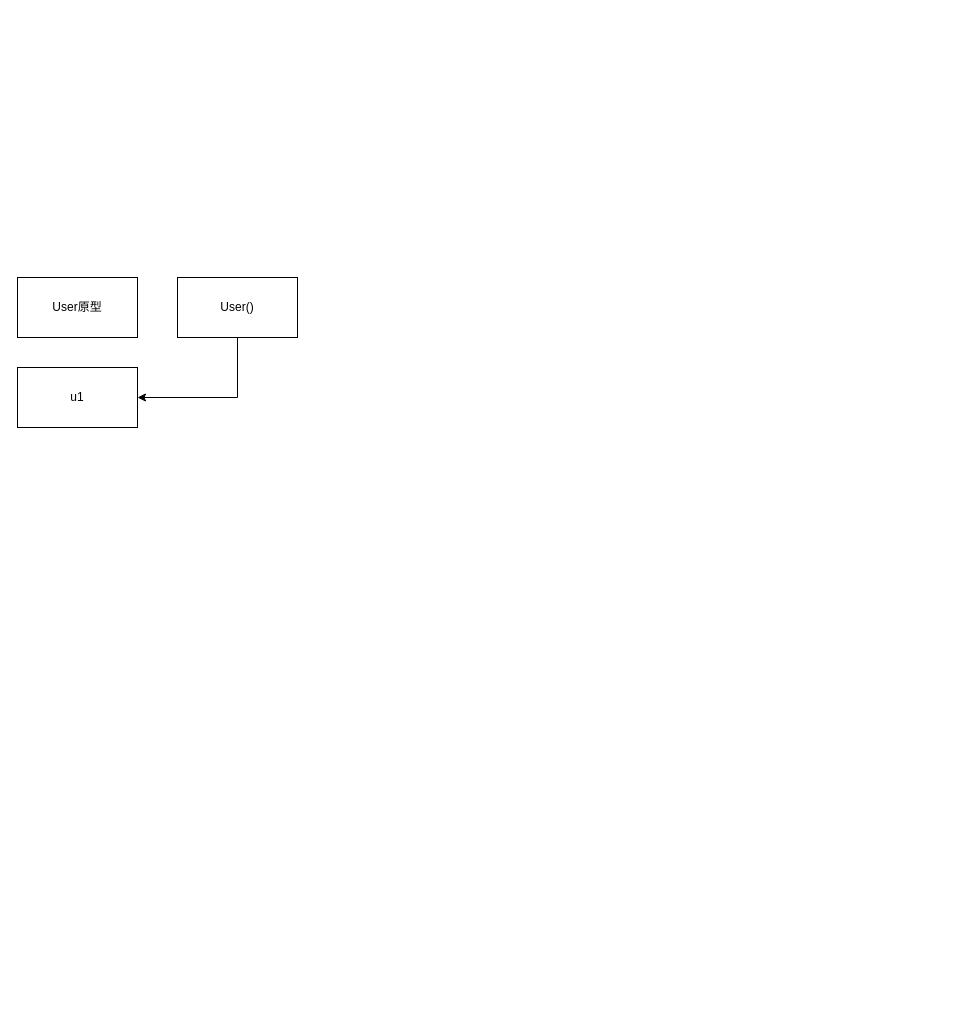
Earlier version of the draw.io diagram js/未命名绘图.drawio (feiaaa/a-python-proj-crawler). Source tidied: cells renumbered, new cells numbered last; positions are measured from the earlier drawing's top-left corner, leaving out a move shared by most shapes. Both pictures are drawn from the tidied source at 100%, with x=0, y=0 at pixel (17, 277).
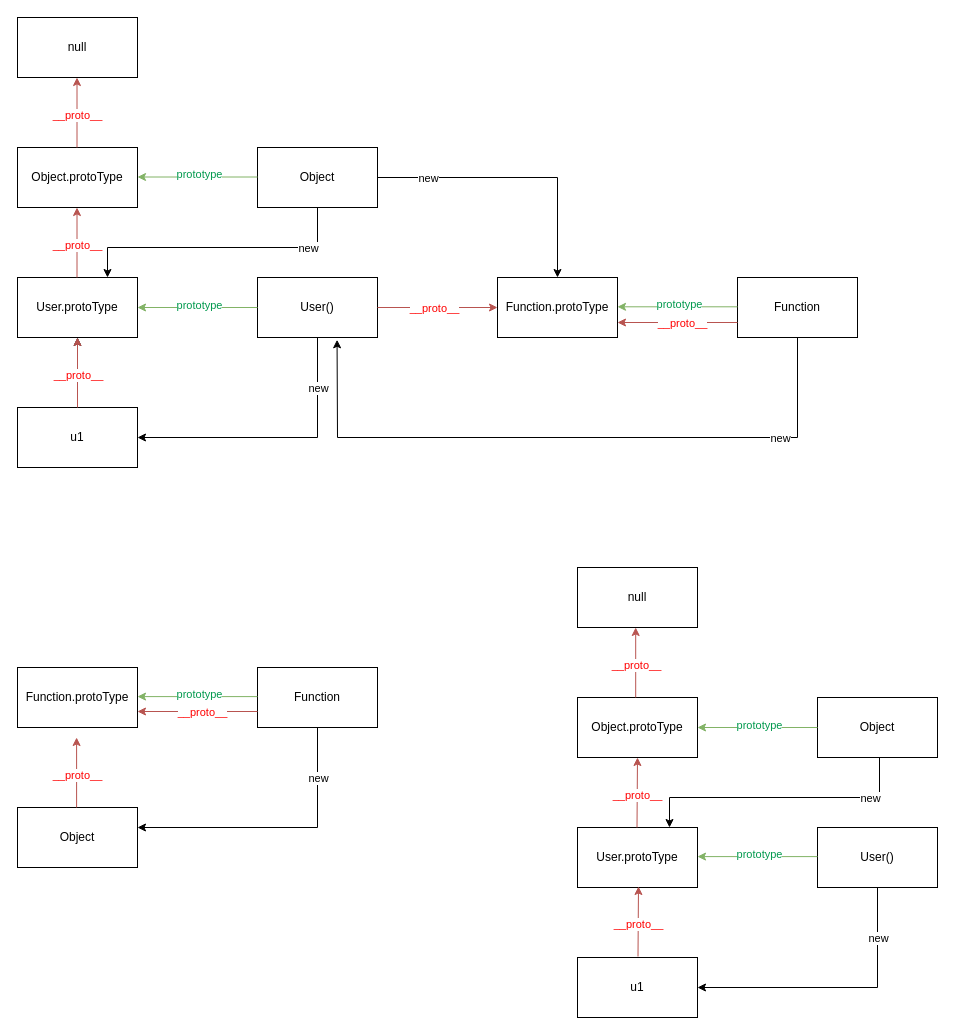
Above is the later version.

Commit message:
更新未命名绘图.drawio

Diff of the diagram source:
```diff
@@
+    <mxCell id="6" style="edgeStyle=orthogonalEdgeStyle;rounded=0;jettySize=auto;html=1;" parent="1" edge="1" source="2" target="4">
+      <mxGeometry relative="1" as="geometry" />
+    </mxCell>
     <mxCell id="2" value="u1" style="rounded=0;whiteSpace=wrap;html=1;" parent="1" vertex="1">
-      <mxGeometry y="90" width="120" height="60" as="geometry" />
+      <mxGeometry y="130" width="120" height="60" as="geometry" />
     </mxCell>
     <mxCell id="3" value="User()" style="rounded=0;whiteSpace=wrap;html=1;" parent="1" vertex="1">
-      <mxGeometry x="160" width="120" height="60" as="geometry" />
+      <mxGeometry x="240" width="120" height="60" as="geometry" />
     </mxCell>
-    <mxCell id="4" value="User原型" style="rounded=0;whiteSpace=wrap;html=1;" parent="1" vertex="1">
+    <mxCell id="4" value="User.protoType" style="rounded=0;whiteSpace=wrap;html=1;" parent="1" vertex="1">
       <mxGeometry width="120" height="60" as="geometry" />
     </mxCell>
     <mxCell id="5" style="endArrow=classic;html=1;rounded=0;exitX=0.5;exitY=1;exitDx=0;exitDy=0;entryX=1;entryY=0.5;entryDx=0;entryDy=0;" parent="1" edge="1" source="3" target="2">
       <mxGeometry relative="1" as="geometry">
         <Array as="points">
-          <mxPoint x="220" y="120" />
+          <mxPoint x="300" y="160" />
         </Array>
       </mxGeometry>
     </mxCell>
+    <mxCell id="7" value="new" style="edgeLabel;html=1;align=center;verticalAlign=middle;" parent="5" vertex="1">
+      <mxGeometry x="-0.64" relative="1" as="geometry" />
+    </mxCell>
+    <mxCell id="8" style="endArrow=classic;html=1;rounded=0;entryX=0.5;entryY=1;entryDx=0;entryDy=0;exitX=0.5;exitY=0;exitDx=0;exitDy=0;fillColor=#f8cecc;strokeColor=#b85450;" parent="1" edge="1" source="2" target="4">
+      <mxGeometry relative="1" as="geometry" />
+    </mxCell>
+    <mxCell id="9" value="__proto__" style="edgeLabel;html=1;align=center;verticalAlign=middle;fontColor=#FF0000;" parent="8" vertex="1">
+      <mxGeometry x="-0.06" relative="1" as="geometry" />
+    </mxCell>
+    <mxCell id="10" style="endArrow=classic;html=1;rounded=0;exitX=0;exitY=0.5;exitDx=0;exitDy=0;fillColor=#d5e8d4;strokeColor=#82b366;" parent="1" edge="1" source="3" target="4">
+      <mxGeometry relative="1" as="geometry" />
+    </mxCell>
+    <mxCell id="11" value="prototype" style="edgeLabel;html=1;align=center;verticalAlign=middle;fontColor=#00994D;" parent="10" vertex="1">
+      <mxGeometry x="-0.02" y="-3" relative="1" as="geometry" />
+    </mxCell>
+    <mxCell id="12" value="Object" style="rounded=0;whiteSpace=wrap;html=1;" parent="1" vertex="1">
+      <mxGeometry x="240" y="-130" width="120" height="60" as="geometry" />
+    </mxCell>
+    <mxCell id="13" value="Object.protoType" style="rounded=0;whiteSpace=wrap;html=1;" parent="1" vertex="1">
+      <mxGeometry y="-130" width="120" height="60" as="geometry" />
+    </mxCell>
+    <mxCell id="14" style="endArrow=classic;html=1;rounded=0;entryX=0.5;entryY=1;entryDx=0;entryDy=0;exitX=0.5;exitY=0;exitDx=0;exitDy=0;fillColor=#f8cecc;strokeColor=#b85450;" parent="1" edge="1">
+      <mxGeometry relative="1" as="geometry">
+        <mxPoint x="59.5" as="sourcePoint" />
+        <mxPoint x="59.5" y="-70" as="targetPoint" />
+      </mxGeometry>
+    </mxCell>
+    <mxCell id="15" value="__proto__" style="edgeLabel;html=1;align=center;verticalAlign=middle;fontColor=#FF0000;" parent="14" vertex="1">
+      <mxGeometry x="-0.06" relative="1" as="geometry" />
+    </mxCell>
+    <mxCell id="16" style="endArrow=classic;html=1;rounded=0;exitX=0;exitY=0.5;exitDx=0;exitDy=0;fillColor=#d5e8d4;strokeColor=#82b366;" parent="1" edge="1">
+      <mxGeometry relative="1" as="geometry">
+        <mxPoint x="240" y="-100.5" as="sourcePoint" />
+        <mxPoint x="120" y="-100.5" as="targetPoint" />
+      </mxGeometry>
+    </mxCell>
+    <mxCell id="17" value="prototype" style="edgeLabel;html=1;align=center;verticalAlign=middle;fontColor=#00994D;" parent="16" vertex="1">
+      <mxGeometry x="-0.02" y="-3" relative="1" as="geometry" />
+    </mxCell>
+    <mxCell id="18" style="endArrow=classic;html=1;rounded=0;entryX=0.75;entryY=0;entryDx=0;entryDy=0;" parent="1" edge="1" target="4">
+      <mxGeometry relative="1" as="geometry">
+        <mxPoint x="300" y="-70" as="sourcePoint" />
+        <Array as="points">
+          <mxPoint x="300" y="-30" />
+          <mxPoint x="90" y="-30" />
+        </Array>
+      </mxGeometry>
+    </mxCell>
+    <mxCell id="19" value="new" style="edgeLabel;html=1;align=center;verticalAlign=middle;" parent="18" vertex="1">
+      <mxGeometry x="-0.64" relative="1" as="geometry" />
+    </mxCell>
+    <mxCell id="20" value="null" style="rounded=0;whiteSpace=wrap;html=1;" parent="1" vertex="1">
+      <mxGeometry y="-260" width="120" height="60" as="geometry" />
+    </mxCell>
+    <mxCell id="21" style="endArrow=classic;html=1;rounded=0;entryX=0.5;entryY=1;entryDx=0;entryDy=0;exitX=0.5;exitY=0;exitDx=0;exitDy=0;fillColor=#f8cecc;strokeColor=#b85450;" parent="1" edge="1">
+      <mxGeometry relative="1" as="geometry">
+        <mxPoint x="59.5" y="-130" as="sourcePoint" />
+        <mxPoint x="59.5" y="-200" as="targetPoint" />
+      </mxGeometry>
+    </mxCell>
+    <mxCell id="22" value="__proto__" style="edgeLabel;html=1;align=center;verticalAlign=middle;fontColor=#FF0000;" parent="21" vertex="1">
+      <mxGeometry x="-0.06" relative="1" as="geometry" />
+    </mxCell>
+    <mxCell id="23" value="Function" style="rounded=0;whiteSpace=wrap;html=1;" parent="1" vertex="1">
+      <mxGeometry x="720" width="120" height="60" as="geometry" />
+    </mxCell>
+    <mxCell id="24" value="Function.protoType" style="rounded=0;whiteSpace=wrap;html=1;" parent="1" vertex="1">
+      <mxGeometry x="480" width="120" height="60" as="geometry" />
+    </mxCell>
+    <mxCell id="25" style="endArrow=classic;html=1;rounded=0;exitX=0;exitY=0.5;exitDx=0;exitDy=0;fillColor=#d5e8d4;strokeColor=#82b366;" parent="1" edge="1">
+      <mxGeometry relative="1" as="geometry">
+        <mxPoint x="720" y="29.3" as="sourcePoint" />
+        <mxPoint x="600" y="29.3" as="targetPoint" />
+      </mxGeometry>
+    </mxCell>
+    <mxCell id="26" value="prototype" style="edgeLabel;html=1;align=center;verticalAlign=middle;fontColor=#00994D;" parent="25" vertex="1">
+      <mxGeometry x="-0.02" y="-3" relative="1" as="geometry" />
+    </mxCell>
+    <mxCell id="27" style="endArrow=classic;html=1;rounded=0;entryX=1;entryY=0.75;entryDx=0;entryDy=0;exitX=0;exitY=0.75;exitDx=0;exitDy=0;fillColor=#f8cecc;strokeColor=#b85450;" parent="1" edge="1" source="23" target="24">
+      <mxGeometry relative="1" as="geometry" />
+    </mxCell>
+    <mxCell id="28" value="__proto__" style="edgeLabel;html=1;align=center;verticalAlign=middle;fontColor=#FF0000;" parent="27" vertex="1">
+      <mxGeometry x="-0.06" relative="1" as="geometry" />
+    </mxCell>
+    <mxCell id="29" style="endArrow=classic;html=1;rounded=0;entryX=0;entryY=0.5;entryDx=0;entryDy=0;fillColor=#f8cecc;strokeColor=#b85450;" parent="1" edge="1" source="3" target="24">
+      <mxGeometry relative="1" as="geometry" />
+    </mxCell>
+    <mxCell id="30" value="__proto__" style="edgeLabel;html=1;align=center;verticalAlign=middle;fontColor=#FF0000;" parent="29" vertex="1">
+      <mxGeometry x="-0.06" relative="1" as="geometry" />
+    </mxCell>
+    <mxCell id="31" style="endArrow=classic;html=1;rounded=0;exitX=1;exitY=0.5;exitDx=0;exitDy=0;entryX=0.5;entryY=0;entryDx=0;entryDy=0;" parent="1" edge="1" source="12" target="24">
+      <mxGeometry relative="1" as="geometry">
+        <Array as="points">
+          <mxPoint x="540" y="-100" />
+        </Array>
+      </mxGeometry>
+    </mxCell>
+    <mxCell id="32" value="new" style="edgeLabel;html=1;align=center;verticalAlign=middle;" parent="31" vertex="1">
+      <mxGeometry x="-0.64" relative="1" as="geometry" />
+    </mxCell>
+    <mxCell id="33" style="endArrow=classic;html=1;rounded=0;exitX=0.5;exitY=1;exitDx=0;exitDy=0;entryX=0.663;entryY=1.038;entryDx=0;entryDy=0;entryPerimeter=0;" parent="1" edge="1" source="23" target="3">
+      <mxGeometry relative="1" as="geometry">
+        <Array as="points">
+          <mxPoint x="780" y="160" />
+          <mxPoint x="320" y="160" />
+        </Array>
+      </mxGeometry>
+    </mxCell>
+    <mxCell id="34" value="new" style="edgeLabel;html=1;align=center;verticalAlign=middle;" parent="33" vertex="1">
+      <mxGeometry x="-0.64" relative="1" as="geometry" />
+    </mxCell>
+    <mxCell id="35" value="Object" style="rounded=0;whiteSpace=wrap;html=1;" parent="1" vertex="1">
+      <mxGeometry y="530" width="120" height="60" as="geometry" />
+    </mxCell>
+    <mxCell id="36" value="Function" style="rounded=0;whiteSpace=wrap;html=1;" parent="1" vertex="1">
+      <mxGeometry x="240" y="390" width="120" height="60" as="geometry" />
+    </mxCell>
+    <mxCell id="37" value="Function.protoType" style="rounded=0;whiteSpace=wrap;html=1;" parent="1" vertex="1">
+      <mxGeometry y="390" width="120" height="60" as="geometry" />
+    </mxCell>
+    <mxCell id="38" style="endArrow=classic;html=1;rounded=0;exitX=0.5;exitY=1;exitDx=0;exitDy=0;entryX=1;entryY=0.5;entryDx=0;entryDy=0;" parent="1" edge="1">
+      <mxGeometry relative="1" as="geometry">
+        <mxPoint x="300" y="450" as="sourcePoint" />
+        <mxPoint x="120" y="550" as="targetPoint" />
+        <Array as="points">
+          <mxPoint x="300" y="550" />
+        </Array>
+      </mxGeometry>
+    </mxCell>
+    <mxCell id="39" value="new" style="edgeLabel;html=1;align=center;verticalAlign=middle;" parent="38" vertex="1">
+      <mxGeometry x="-0.64" relative="1" as="geometry" />
+    </mxCell>
+    <mxCell id="40" style="endArrow=classic;html=1;rounded=0;entryX=0.5;entryY=1;entryDx=0;entryDy=0;exitX=0.5;exitY=0;exitDx=0;exitDy=0;fillColor=#f8cecc;strokeColor=#b85450;" parent="1" edge="1">
+      <mxGeometry relative="1" as="geometry">
+        <mxPoint x="59.1" y="530" as="sourcePoint" />
+        <mxPoint x="59.1" y="460" as="targetPoint" />
+      </mxGeometry>
+    </mxCell>
+    <mxCell id="41" value="__proto__" style="edgeLabel;html=1;align=center;verticalAlign=middle;fontColor=#FF0000;" parent="40" vertex="1">
+      <mxGeometry x="-0.06" relative="1" as="geometry" />
+    </mxCell>
+    <mxCell id="42" style="endArrow=classic;html=1;rounded=0;exitX=0;exitY=0.5;exitDx=0;exitDy=0;fillColor=#d5e8d4;strokeColor=#82b366;" parent="1" edge="1">
+      <mxGeometry relative="1" as="geometry">
+        <mxPoint x="240" y="419.1" as="sourcePoint" />
+        <mxPoint x="120" y="419.1" as="targetPoint" />
+      </mxGeometry>
+    </mxCell>
+    <mxCell id="43" value="prototype" style="edgeLabel;html=1;align=center;verticalAlign=middle;fontColor=#00994D;" parent="42" vertex="1">
+      <mxGeometry x="-0.02" y="-3" relative="1" as="geometry" />
+    </mxCell>
+    <mxCell id="44" style="endArrow=classic;html=1;rounded=0;entryX=1;entryY=0.75;entryDx=0;entryDy=0;exitX=0;exitY=0.75;exitDx=0;exitDy=0;fillColor=#f8cecc;strokeColor=#b85450;" parent="1" edge="1">
+      <mxGeometry relative="1" as="geometry">
+        <mxPoint x="240" y="434" as="sourcePoint" />
+        <mxPoint x="120" y="434" as="targetPoint" />
+      </mxGeometry>
+    </mxCell>
+    <mxCell id="45" value="__proto__" style="edgeLabel;html=1;align=center;verticalAlign=middle;fontColor=#FF0000;" parent="44" vertex="1">
+      <mxGeometry x="-0.06" relative="1" as="geometry" />
+    </mxCell>
+    <mxCell id="46" value="u1" style="rounded=0;whiteSpace=wrap;html=1;" parent="1" vertex="1">
+      <mxGeometry x="560" y="680" width="120" height="60" as="geometry" />
+    </mxCell>
+    <mxCell id="47" value="User()" style="rounded=0;whiteSpace=wrap;html=1;" parent="1" vertex="1">
+      <mxGeometry x="800" y="550" width="120" height="60" as="geometry" />
+    </mxCell>
+    <mxCell id="48" value="User.protoType" style="rounded=0;whiteSpace=wrap;html=1;" parent="1" vertex="1">
+      <mxGeometry x="560" y="550" width="120" height="60" as="geometry" />
+    </mxCell>
+    <mxCell id="49" style="endArrow=classic;html=1;rounded=0;exitX=0.5;exitY=1;exitDx=0;exitDy=0;entryX=1;entryY=0.5;entryDx=0;entryDy=0;" parent="1" edge="1" source="47" target="46">
+      <mxGeometry relative="1" as="geometry">
+        <Array as="points">
+          <mxPoint x="860" y="710" />
+        </Array>
+      </mxGeometry>
+    </mxCell>
+    <mxCell id="50" value="new" style="edgeLabel;html=1;align=center;verticalAlign=middle;" parent="49" vertex="1">
+      <mxGeometry x="-0.64" relative="1" as="geometry" />
+    </mxCell>
+    <mxCell id="51" value="Object" style="rounded=0;whiteSpace=wrap;html=1;" parent="1" vertex="1">
+      <mxGeometry x="800" y="420" width="120" height="60" as="geometry" />
+    </mxCell>
+    <mxCell id="52" value="Object.protoType" style="rounded=0;whiteSpace=wrap;html=1;" parent="1" vertex="1">
+      <mxGeometry x="560" y="420" width="120" height="60" as="geometry" />
+    </mxCell>
+    <mxCell id="53" style="endArrow=classic;html=1;rounded=0;exitX=0.5;exitY=0;exitDx=0;exitDy=0;fillColor=#f8cecc;strokeColor=#b85450;" parent="1" edge="1">
+      <mxGeometry relative="1" as="geometry">
+        <mxPoint x="619.5" y="550" as="sourcePoint" />
+        <mxPoint x="620" y="480" as="targetPoint" />
+      </mxGeometry>
+    </mxCell>
+    <mxCell id="54" value="__proto__" style="edgeLabel;html=1;align=center;verticalAlign=middle;fontColor=#FF0000;" parent="53" vertex="1">
+      <mxGeometry x="-0.06" relative="1" as="geometry" />
+    </mxCell>
+    <mxCell id="55" value="null" style="rounded=0;whiteSpace=wrap;html=1;" parent="1" vertex="1">
+      <mxGeometry x="560" y="290" width="120" height="60" as="geometry" />
+    </mxCell>
+    <mxCell id="56" style="endArrow=classic;html=1;rounded=0;entryX=0.5;entryY=1;entryDx=0;entryDy=0;exitX=0.5;exitY=0;exitDx=0;exitDy=0;fillColor=#f8cecc;strokeColor=#b85450;" parent="1" edge="1">
+      <mxGeometry relative="1" as="geometry">
+        <mxPoint x="618.2" y="420" as="sourcePoint" />
+        <mxPoint x="618.2" y="350" as="targetPoint" />
+      </mxGeometry>
+    </mxCell>
+    <mxCell id="57" value="__proto__" style="edgeLabel;html=1;align=center;verticalAlign=middle;fontColor=#FF0000;" parent="56" vertex="1">
+      <mxGeometry x="-0.06" relative="1" as="geometry" />
+    </mxCell>
+    <mxCell id="58" style="endArrow=classic;html=1;rounded=0;exitX=0;exitY=0.5;exitDx=0;exitDy=0;fillColor=#d5e8d4;strokeColor=#82b366;" parent="1" edge="1">
+      <mxGeometry relative="1" as="geometry">
+        <mxPoint x="800" y="450" as="sourcePoint" />
+        <mxPoint x="680" y="450" as="targetPoint" />
+      </mxGeometry>
+    </mxCell>
+    <mxCell id="59" value="prototype" style="edgeLabel;html=1;align=center;verticalAlign=middle;fontColor=#00994D;" parent="58" vertex="1">
+      <mxGeometry x="-0.02" y="-3" relative="1" as="geometry" />
+    </mxCell>
+    <mxCell id="60" style="endArrow=classic;html=1;rounded=0;exitX=0;exitY=0.5;exitDx=0;exitDy=0;fillColor=#d5e8d4;strokeColor=#82b366;" parent="1" edge="1">
+      <mxGeometry relative="1" as="geometry">
+        <mxPoint x="800" y="579.1" as="sourcePoint" />
+        <mxPoint x="680" y="579.1" as="targetPoint" />
+      </mxGeometry>
+    </mxCell>
+    <mxCell id="61" value="prototype" style="edgeLabel;html=1;align=center;verticalAlign=middle;fontColor=#00994D;" parent="60" vertex="1">
+      <mxGeometry x="-0.02" y="-3" relative="1" as="geometry" />
+    </mxCell>
+    <mxCell id="62" style="endArrow=classic;html=1;rounded=0;entryX=0.75;entryY=0;entryDx=0;entryDy=0;" parent="1" edge="1">
+      <mxGeometry relative="1" as="geometry">
+        <mxPoint x="862" y="480" as="sourcePoint" />
+        <mxPoint x="652" y="550" as="targetPoint" />
+        <Array as="points">
+          <mxPoint x="862" y="520" />
+          <mxPoint x="652" y="520" />
+        </Array>
+      </mxGeometry>
+    </mxCell>
+    <mxCell id="63" value="new" style="edgeLabel;html=1;align=center;verticalAlign=middle;" parent="62" vertex="1">
+      <mxGeometry x="-0.64" relative="1" as="geometry" />
+    </mxCell>
+    <mxCell id="64" style="endArrow=classic;html=1;rounded=0;exitX=0.5;exitY=0;exitDx=0;exitDy=0;fillColor=#f8cecc;strokeColor=#b85450;" parent="1" edge="1">
+      <mxGeometry relative="1" as="geometry">
+        <mxPoint x="620.5" y="679" as="sourcePoint" />
+        <mxPoint x="621" y="609" as="targetPoint" />
+      </mxGeometry>
+    </mxCell>
+    <mxCell id="65" value="__proto__" style="edgeLabel;html=1;align=center;verticalAlign=middle;fontColor=#FF0000;" parent="64" vertex="1">
+      <mxGeometry x="-0.06" relative="1" as="geometry" />
+    </mxCell>
```
